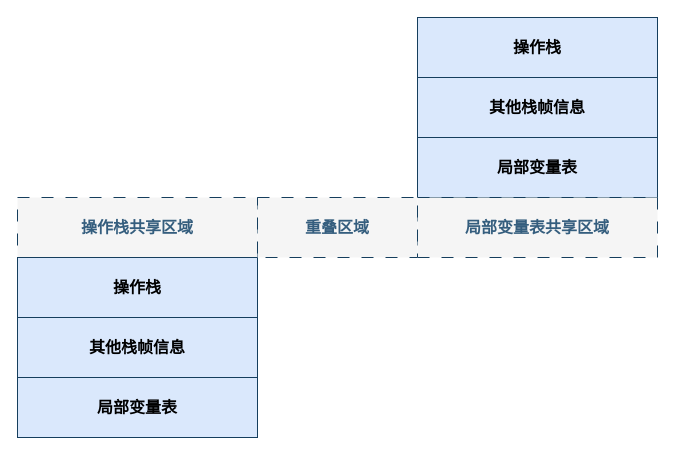
Before: page "操作数栈" (4 of 10) of assets/Java/JavaCore/Java虚拟机.drawio in dunwu/waterdrop, a draw.io diagram. Source tidied: cells renumbered, new cells numbered last; positions are measured from the earlier drawing's top-left corner, leaving out a move shared by most shapes. Both pictures are drawn from the tidied source at 100%, with x=0, y=0 at pixel (17, 17).
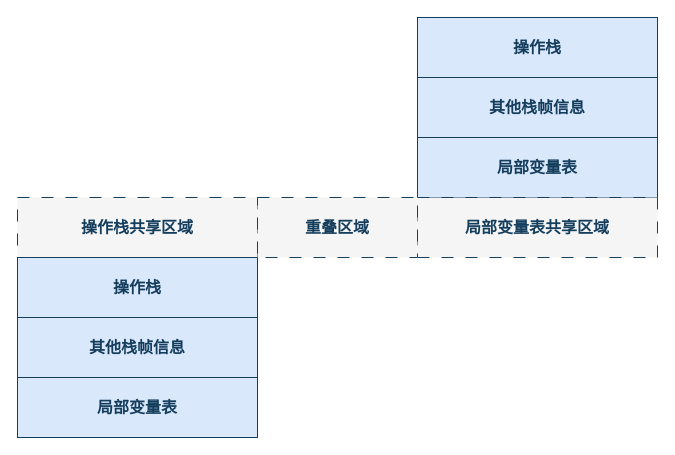
The same page after the edit.

Diff of the diagram source:
```diff
@@
 <mxGraphModel>
   <root>
     <mxCell id="0" />
     <mxCell id="1" parent="0" />
-    <mxCell id="2" value="&lt;div style=&quot;&quot;&gt;&lt;div style=&quot;&quot;&gt;操作栈共享区域&lt;/div&gt;&lt;/div&gt;" style="rounded=0;whiteSpace=wrap;html=1;fontSize=16;fillColor=#f5f5f5;fontColor=#355E7E;strokeColor=#153E5D;fontStyle=1;dashed=1;dashPattern=12 12;" parent="1" vertex="1">
+    <mxCell id="2" value="&lt;div style=&quot;&quot;&gt;&lt;div style=&quot;&quot;&gt;操作栈共享区域&lt;/div&gt;&lt;/div&gt;" style="rounded=0;whiteSpace=wrap;html=1;fontSize=16;fillColor=#f5f5f5;fontColor=#153E5D;strokeColor=#153E5D;fontStyle=1;dashed=1;dashPattern=12 12;" parent="1" vertex="1">
       <mxGeometry y="180" width="240" height="60" as="geometry" />
     </mxCell>
-    <mxCell id="3" value="&lt;div style=&quot;&quot;&gt;&lt;div style=&quot;&quot;&gt;&lt;p style=&quot;border-color: var(--border-color); margin: 0px 4px; line-height: 16px;&quot; align=&quot;center&quot;&gt;操作栈&lt;/p&gt;&lt;/div&gt;&lt;/div&gt;" style="rounded=0;whiteSpace=wrap;html=1;fontSize=16;fillColor=#dae8fc;strokeColor=#153E5D;fontStyle=1;" parent="1" vertex="1">
+    <mxCell id="3" value="&lt;div style=&quot;&quot;&gt;&lt;div style=&quot;&quot;&gt;&lt;p style=&quot;border-color: var(--border-color); margin: 0px 4px; line-height: 16px;&quot; align=&quot;center&quot;&gt;操作栈&lt;/p&gt;&lt;/div&gt;&lt;/div&gt;" style="rounded=0;whiteSpace=wrap;html=1;fontSize=16;fillColor=#dae8fc;strokeColor=#153E5D;fontStyle=1;fontColor=#153E5D;" parent="1" vertex="1">
       <mxGeometry y="240" width="240" height="60" as="geometry" />
     </mxCell>
-    <mxCell id="4" value="&lt;div style=&quot;font-size: 16px;&quot;&gt;&lt;div style=&quot;font-size: 16px;&quot;&gt;&lt;div style=&quot;border-color: var(--border-color);&quot;&gt;其他栈帧信息&lt;/div&gt;&lt;/div&gt;&lt;/div&gt;" style="rounded=0;whiteSpace=wrap;html=1;fontSize=16;fillColor=#dae8fc;strokeColor=#153E5D;fontStyle=1;" parent="1" vertex="1">
+    <mxCell id="4" value="&lt;div style=&quot;font-size: 16px;&quot;&gt;&lt;div style=&quot;font-size: 16px;&quot;&gt;&lt;div style=&quot;border-color: var(--border-color);&quot;&gt;其他栈帧信息&lt;/div&gt;&lt;/div&gt;&lt;/div&gt;" style="rounded=0;whiteSpace=wrap;html=1;fontSize=16;fillColor=#dae8fc;strokeColor=#153E5D;fontStyle=1;fontColor=#153E5D;" parent="1" vertex="1">
       <mxGeometry y="300" width="240" height="60" as="geometry" />
     </mxCell>
-    <mxCell id="5" value="&lt;div style=&quot;font-size: 16px;&quot;&gt;&lt;div style=&quot;font-size: 16px;&quot;&gt;&lt;div style=&quot;border-color: var(--border-color);&quot;&gt;局部变量表&lt;/div&gt;&lt;/div&gt;&lt;/div&gt;" style="rounded=0;whiteSpace=wrap;html=1;fontSize=16;fillColor=#dae8fc;strokeColor=#153E5D;fontStyle=1;" parent="1" vertex="1">
+    <mxCell id="5" value="&lt;div style=&quot;font-size: 16px;&quot;&gt;&lt;div style=&quot;font-size: 16px;&quot;&gt;&lt;div style=&quot;border-color: var(--border-color);&quot;&gt;局部变量表&lt;/div&gt;&lt;/div&gt;&lt;/div&gt;" style="rounded=0;whiteSpace=wrap;html=1;fontSize=16;fillColor=#dae8fc;strokeColor=#153E5D;fontStyle=1;fontColor=#153E5D;" parent="1" vertex="1">
       <mxGeometry y="360" width="240" height="60" as="geometry" />
     </mxCell>
-    <mxCell id="6" value="&lt;div style=&quot;&quot;&gt;&lt;div style=&quot;&quot;&gt;操作栈&lt;br&gt;&lt;/div&gt;&lt;/div&gt;" style="rounded=0;whiteSpace=wrap;html=1;fontSize=16;fillColor=#dae8fc;strokeColor=#153E5D;fontStyle=1;" parent="1" vertex="1">
+    <mxCell id="6" value="&lt;div style=&quot;&quot;&gt;&lt;div style=&quot;&quot;&gt;操作栈&lt;br&gt;&lt;/div&gt;&lt;/div&gt;" style="rounded=0;whiteSpace=wrap;html=1;fontSize=16;fillColor=#dae8fc;strokeColor=#153E5D;fontStyle=1;fontColor=#153E5D;" parent="1" vertex="1">
       <mxGeometry x="400" width="240" height="60" as="geometry" />
     </mxCell>
-    <mxCell id="7" value="&lt;div style=&quot;&quot;&gt;&lt;div style=&quot;&quot;&gt;&lt;p style=&quot;border-color: var(--border-color); margin: 0px 4px; line-height: 16px;&quot; align=&quot;center&quot;&gt;其他栈帧信息&lt;br&gt;&lt;/p&gt;&lt;/div&gt;&lt;/div&gt;" style="rounded=0;whiteSpace=wrap;html=1;fontSize=16;fillColor=#dae8fc;strokeColor=#153E5D;fontStyle=1;" parent="1" vertex="1">
+    <mxCell id="7" value="&lt;div style=&quot;&quot;&gt;&lt;div style=&quot;&quot;&gt;&lt;p style=&quot;border-color: var(--border-color); margin: 0px 4px; line-height: 16px;&quot; align=&quot;center&quot;&gt;其他栈帧信息&lt;br&gt;&lt;/p&gt;&lt;/div&gt;&lt;/div&gt;" style="rounded=0;whiteSpace=wrap;html=1;fontSize=16;fillColor=#dae8fc;strokeColor=#153E5D;fontStyle=1;fontColor=#153E5D;" parent="1" vertex="1">
       <mxGeometry x="400" y="60" width="240" height="60" as="geometry" />
     </mxCell>
-    <mxCell id="8" value="&lt;div style=&quot;font-size: 16px;&quot;&gt;&lt;div style=&quot;font-size: 16px;&quot;&gt;&lt;div style=&quot;border-color: var(--border-color);&quot;&gt;局部变量表&lt;br&gt;&lt;/div&gt;&lt;/div&gt;&lt;/div&gt;" style="rounded=0;whiteSpace=wrap;html=1;fontSize=16;fillColor=#dae8fc;strokeColor=#153E5D;fontStyle=1;" parent="1" vertex="1">
+    <mxCell id="8" value="&lt;div style=&quot;font-size: 16px;&quot;&gt;&lt;div style=&quot;font-size: 16px;&quot;&gt;&lt;div style=&quot;border-color: var(--border-color);&quot;&gt;局部变量表&lt;br&gt;&lt;/div&gt;&lt;/div&gt;&lt;/div&gt;" style="rounded=0;whiteSpace=wrap;html=1;fontSize=16;fillColor=#dae8fc;strokeColor=#153E5D;fontStyle=1;fontColor=#153E5D;" parent="1" vertex="1">
       <mxGeometry x="400" y="120" width="240" height="60" as="geometry" />
     </mxCell>
-    <mxCell id="9" value="&lt;div style=&quot;font-size: 16px;&quot;&gt;&lt;div style=&quot;font-size: 16px;&quot;&gt;&lt;div style=&quot;border-color: var(--border-color);&quot;&gt;局部变量表共享区域&lt;/div&gt;&lt;/div&gt;&lt;/div&gt;" style="rounded=0;whiteSpace=wrap;html=1;fontSize=16;fillColor=#f5f5f5;fontColor=#355E7E;strokeColor=#153E5D;fontStyle=1;dashed=1;dashPattern=12 12;" parent="1" vertex="1">
+    <mxCell id="9" value="&lt;div style=&quot;font-size: 16px;&quot;&gt;&lt;div style=&quot;font-size: 16px;&quot;&gt;&lt;div style=&quot;border-color: var(--border-color);&quot;&gt;局部变量表共享区域&lt;/div&gt;&lt;/div&gt;&lt;/div&gt;" style="rounded=0;whiteSpace=wrap;html=1;fontSize=16;fillColor=#f5f5f5;fontColor=#153E5D;strokeColor=#153E5D;fontStyle=1;dashed=1;dashPattern=12 12;" parent="1" vertex="1">
       <mxGeometry x="400" y="180" width="240" height="60" as="geometry" />
     </mxCell>
-    <mxCell id="10" value="&lt;div style=&quot;&quot;&gt;&lt;div style=&quot;&quot;&gt;重叠区域&lt;/div&gt;&lt;/div&gt;" style="rounded=0;whiteSpace=wrap;html=1;fontSize=16;fillColor=#f5f5f5;fontColor=#355E7E;strokeColor=#153E5D;fontStyle=1;dashed=1;dashPattern=12 12;" parent="1" vertex="1">
+    <mxCell id="10" value="&lt;div style=&quot;&quot;&gt;&lt;div style=&quot;&quot;&gt;重叠区域&lt;/div&gt;&lt;/div&gt;" style="rounded=0;whiteSpace=wrap;html=1;fontSize=16;fillColor=#f5f5f5;fontColor=#153E5D;strokeColor=#153E5D;fontStyle=1;dashed=1;dashPattern=12 12;" parent="1" vertex="1">
       <mxGeometry x="240" y="180" width="160" height="60" as="geometry" />
     </mxCell>
   </root>
 </mxGraphModel>
```
